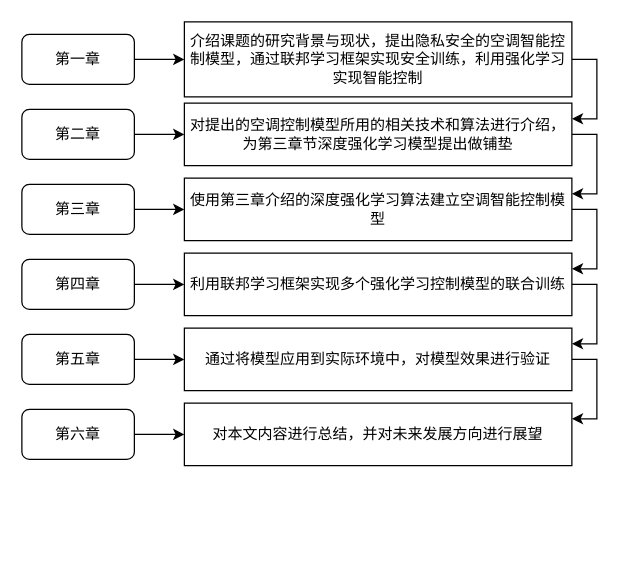
This is page "Page-3" (3 of 3) of FLDQN/Untitled Diagram.drawio from Lily-zhao/SmartAir, a draw.io file, before an edit. Source tidied: cells renumbered, new cells numbered last; positions are measured from the earlier drawing's top-left corner, leaving out a move shared by most shapes. Both pictures are drawn from the tidied source at 125%, with x=0, y=0 at pixel (21, 21).
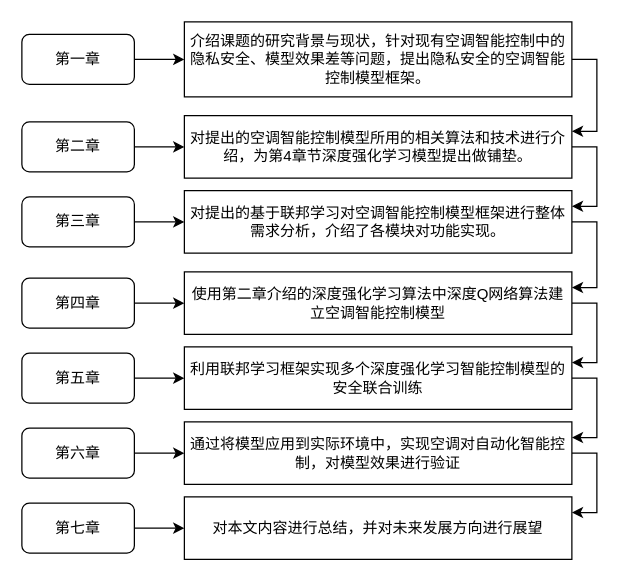
The same diagram, later.

Diff of the diagram source:
```diff
@@
-    <mxCell id="3" value="介绍课题的研究背景与现状，提出隐私安全的空调智能控制模型，通过联邦学习框架实现安全训练，利用强化学习实现智能控制" style="rounded=0;whiteSpace=wrap;html=1;" parent="1" vertex="1">
+    <mxCell id="3" value="介绍课题的研究背景与现状，针对现有空调智能控制中的隐私安全、模型效果差等问题，提出隐私安全的空调智能控制模型框架。" style="rounded=0;whiteSpace=wrap;html=1;" parent="1" vertex="1">
       <mxGeometry x="130" width="310" height="60" as="geometry" />
     </mxCell>
@@
     <mxCell id="7" value="第二章" style="rounded=1;whiteSpace=wrap;html=1;" parent="1" vertex="1">
-      <mxGeometry y="70" width="90" height="40" as="geometry" />
+      <mxGeometry y="80" width="90" height="40" as="geometry" />
     </mxCell>
-    <mxCell id="8" style="edgeStyle=orthogonalEdgeStyle;rounded=0;jettySize=auto;html=1;" parent="1" edge="1" source="9" target="17">
-      <mxGeometry relative="1" as="geometry" />
-    </mxCell>
+    <mxCell id="25" style="edgeStyle=orthogonalEdgeStyle;rounded=0;jettySize=auto;html=1;entryX=1;entryY=0.25;entryDx=0;entryDy=0;exitX=1;exitY=0.5;exitDx=0;exitDy=0;" parent="1" edge="1" source="13" target="39">
+      <mxGeometry relative="1" as="geometry" />
+    </mxCell>
+    <mxCell id="13" value="对提出的空调智能控制模型所用的相关算法和技术进行介绍，为第4章节深度强化学习模型提出做铺垫。" style="rounded=0;whiteSpace=wrap;html=1;" parent="1" vertex="1">
+      <mxGeometry x="130" y="75" width="310" height="50" as="geometry" />
+    </mxCell>
+    <mxCell id="26" style="edgeStyle=orthogonalEdgeStyle;rounded=0;jettySize=auto;html=1;" parent="1" edge="1" source="11" target="31">
+      <mxGeometry relative="1" as="geometry" />
+    </mxCell>
+    <mxCell id="11" value="第四章" style="rounded=1;whiteSpace=wrap;html=1;" parent="1" vertex="1">
+      <mxGeometry y="205" width="90" height="40" as="geometry" />
+    </mxCell>
+    <mxCell id="27" style="edgeStyle=orthogonalEdgeStyle;rounded=0;jettySize=auto;html=1;entryX=0;entryY=0.5;entryDx=0;entryDy=0;" parent="1" edge="1" source="19" target="29">
+      <mxGeometry relative="1" as="geometry" />
+    </mxCell>
+    <mxCell id="19" value="第五章" style="rounded=1;whiteSpace=wrap;html=1;" parent="1" vertex="1">
+      <mxGeometry y="265" width="90" height="40" as="geometry" />
+    </mxCell>
+    <mxCell id="28" style="edgeStyle=orthogonalEdgeStyle;rounded=0;jettySize=auto;html=1;entryX=1;entryY=0.25;entryDx=0;entryDy=0;exitX=1;exitY=0.5;exitDx=0;exitDy=0;" parent="1" edge="1" source="29" target="36">
+      <mxGeometry relative="1" as="geometry" />
+    </mxCell>
+    <mxCell id="29" value="利用联邦学习框架实现多个深度强化学习智能控制模型的安全联合训练" style="rounded=0;whiteSpace=wrap;html=1;" parent="1" vertex="1">
+      <mxGeometry x="130" y="260" width="310" height="50" as="geometry" />
+    </mxCell>
+    <mxCell id="30" style="edgeStyle=orthogonalEdgeStyle;rounded=0;jettySize=auto;html=1;entryX=1;entryY=0.25;entryDx=0;entryDy=0;exitX=1;exitY=0.5;exitDx=0;exitDy=0;" parent="1" edge="1" source="31" target="29">
+      <mxGeometry relative="1" as="geometry" />
+    </mxCell>
+    <mxCell id="31" value="使用第二章介绍的深度强化学习算法中深度Q网络算法建立空调智能控制模型" style="rounded=0;whiteSpace=wrap;html=1;" parent="1" vertex="1">
+      <mxGeometry x="130" y="200" width="310" height="50" as="geometry" />
+    </mxCell>
+    <mxCell id="32" style="edgeStyle=orthogonalEdgeStyle;rounded=0;jettySize=auto;html=1;" parent="1" edge="1" source="21" target="36">
+      <mxGeometry relative="1" as="geometry" />
+    </mxCell>
+    <mxCell id="21" value="第六章" style="rounded=1;whiteSpace=wrap;html=1;" parent="1" vertex="1">
+      <mxGeometry y="325" width="90" height="40" as="geometry" />
+    </mxCell>
+    <mxCell id="33" style="edgeStyle=orthogonalEdgeStyle;rounded=0;jettySize=auto;html=1;entryX=0;entryY=0.5;entryDx=0;entryDy=0;" parent="1" edge="1" source="34" target="24">
+      <mxGeometry relative="1" as="geometry" />
+    </mxCell>
+    <mxCell id="34" value="第七章" style="rounded=1;whiteSpace=wrap;html=1;" parent="1" vertex="1">
+      <mxGeometry y="385" width="90" height="40" as="geometry" />
+    </mxCell>
+    <mxCell id="35" style="edgeStyle=orthogonalEdgeStyle;rounded=0;jettySize=auto;html=1;entryX=1;entryY=0.25;entryDx=0;entryDy=0;exitX=1;exitY=0.5;exitDx=0;exitDy=0;" parent="1" edge="1" source="36" target="24">
+      <mxGeometry relative="1" as="geometry" />
+    </mxCell>
+    <mxCell id="36" value="通过将模型应用到实际环境中，实现空调对自动化智能控制，对模型效果进行验证" style="rounded=0;whiteSpace=wrap;html=1;" parent="1" vertex="1">
+      <mxGeometry x="130" y="320" width="310" height="50" as="geometry" />
+    </mxCell>
+    <mxCell id="24" value="对本文内容进行总结，并对未来发展方向进行展望" style="rounded=0;whiteSpace=wrap;html=1;" parent="1" vertex="1">
+      <mxGeometry x="130" y="380" width="310" height="50" as="geometry" />
+    </mxCell>
+    <mxCell id="37" style="edgeStyle=orthogonalEdgeStyle;rounded=0;jettySize=auto;html=1;entryX=0;entryY=0.5;entryDx=0;entryDy=0;" parent="1" edge="1" source="9" target="39">
+      <mxGeometry relative="1" as="geometry" />
+    </mxCell>
     <mxCell id="9" value="第三章" style="rounded=1;whiteSpace=wrap;html=1;" parent="1" vertex="1">
-      <mxGeometry y="130" width="90" height="40" as="geometry" />
+      <mxGeometry y="140" width="90" height="40" as="geometry" />
     </mxCell>
-    <mxCell id="10" style="edgeStyle=orthogonalEdgeStyle;rounded=0;jettySize=auto;html=1;entryX=0;entryY=0.5;entryDx=0;entryDy=0;" parent="1" edge="1" source="11" target="15">
-      <mxGeometry relative="1" as="geometry" />
-    </mxCell>
-    <mxCell id="11" value="第四章" style="rounded=1;whiteSpace=wrap;html=1;" parent="1" vertex="1">
-      <mxGeometry y="190" width="90" height="40" as="geometry" />
-    </mxCell>
-    <mxCell id="12" style="edgeStyle=orthogonalEdgeStyle;rounded=0;jettySize=auto;html=1;entryX=1;entryY=0.25;entryDx=0;entryDy=0;exitX=1;exitY=0.5;exitDx=0;exitDy=0;" parent="1" edge="1" source="13" target="17">
-      <mxGeometry relative="1" as="geometry" />
-    </mxCell>
-    <mxCell id="13" value="对提出的空调控制模型所用的相关技术和算法进行介绍，为第三章节深度强化学习模型提出做铺垫" style="rounded=0;whiteSpace=wrap;html=1;" parent="1" vertex="1">
-      <mxGeometry x="130" y="65" width="310" height="50" as="geometry" />
-    </mxCell>
-    <mxCell id="14" style="edgeStyle=orthogonalEdgeStyle;rounded=0;jettySize=auto;html=1;entryX=1;entryY=0.25;entryDx=0;entryDy=0;exitX=1;exitY=0.5;exitDx=0;exitDy=0;" parent="1" edge="1" source="15" target="23">
-      <mxGeometry relative="1" as="geometry" />
-    </mxCell>
-    <mxCell id="15" value="利用联邦学习框架实现多个强化学习控制模型的联合训练" style="rounded=0;whiteSpace=wrap;html=1;" parent="1" vertex="1">
-      <mxGeometry x="130" y="185" width="310" height="50" as="geometry" />
-    </mxCell>
-    <mxCell id="16" style="edgeStyle=orthogonalEdgeStyle;rounded=0;jettySize=auto;html=1;entryX=1;entryY=0.25;entryDx=0;entryDy=0;exitX=1;exitY=0.5;exitDx=0;exitDy=0;" parent="1" edge="1" source="17" target="15">
-      <mxGeometry relative="1" as="geometry" />
-    </mxCell>
-    <mxCell id="17" value="使用第三章介绍的深度强化学习算法建立空调智能控制模型" style="rounded=0;whiteSpace=wrap;html=1;" parent="1" vertex="1">
-      <mxGeometry x="130" y="125" width="310" height="50" as="geometry" />
-    </mxCell>
-    <mxCell id="18" style="edgeStyle=orthogonalEdgeStyle;rounded=0;jettySize=auto;html=1;" parent="1" edge="1" source="19" target="23">
-      <mxGeometry relative="1" as="geometry" />
-    </mxCell>
-    <mxCell id="19" value="第五章" style="rounded=1;whiteSpace=wrap;html=1;" parent="1" vertex="1">
-      <mxGeometry y="250" width="90" height="40" as="geometry" />
-    </mxCell>
-    <mxCell id="20" style="edgeStyle=orthogonalEdgeStyle;rounded=0;jettySize=auto;html=1;entryX=0;entryY=0.5;entryDx=0;entryDy=0;" parent="1" edge="1" source="21" target="24">
-      <mxGeometry relative="1" as="geometry" />
-    </mxCell>
-    <mxCell id="21" value="第六章" style="rounded=1;whiteSpace=wrap;html=1;" parent="1" vertex="1">
-      <mxGeometry y="310" width="90" height="40" as="geometry" />
-    </mxCell>
-    <mxCell id="22" style="edgeStyle=orthogonalEdgeStyle;rounded=0;jettySize=auto;html=1;entryX=1;entryY=0.25;entryDx=0;entryDy=0;exitX=1;exitY=0.5;exitDx=0;exitDy=0;" parent="1" edge="1" source="23" target="24">
-      <mxGeometry relative="1" as="geometry" />
-    </mxCell>
-    <mxCell id="23" value="通过将模型应用到实际环境中，对模型效果进行验证" style="rounded=0;whiteSpace=wrap;html=1;" parent="1" vertex="1">
-      <mxGeometry x="130" y="245" width="310" height="50" as="geometry" />
-    </mxCell>
-    <mxCell id="24" value="对本文内容进行总结，并对未来发展方向进行展望" style="rounded=0;whiteSpace=wrap;html=1;" parent="1" vertex="1">
-      <mxGeometry x="130" y="305" width="310" height="50" as="geometry" />
-    </mxCell>
+    <mxCell id="38" style="edgeStyle=orthogonalEdgeStyle;rounded=0;jettySize=auto;html=1;entryX=1;entryY=0.25;entryDx=0;entryDy=0;exitX=1;exitY=0.5;exitDx=0;exitDy=0;" parent="1" edge="1" source="39" target="31">
+      <mxGeometry relative="1" as="geometry" />
+    </mxCell>
+    <mxCell id="39" value="对提出的基于联邦学习对空调智能控制模型框架进行整体需求分析，介绍了各模块对功能实现。" style="rounded=0;whiteSpace=wrap;html=1;" parent="1" vertex="1">
+      <mxGeometry x="130" y="135" width="310" height="50" as="geometry" />
+    </mxCell>
```
